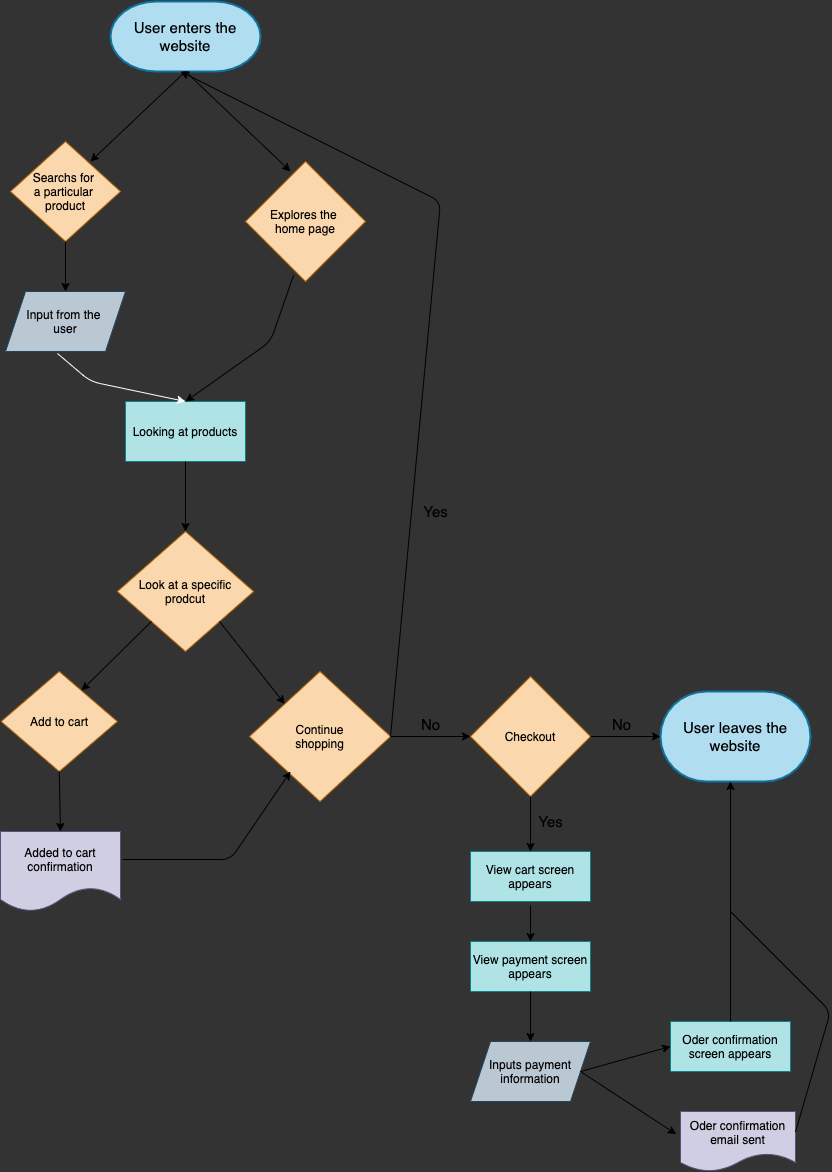
The draw.io diagram explore/diagramming/diagram.drawio.png in patibrewala/fa21-cse110-lab4, before a commit. Source tidied: cells renumbered, new cells last; positions are measured from the earlier drawing's top-left corner, leaving out a move shared by most shapes.
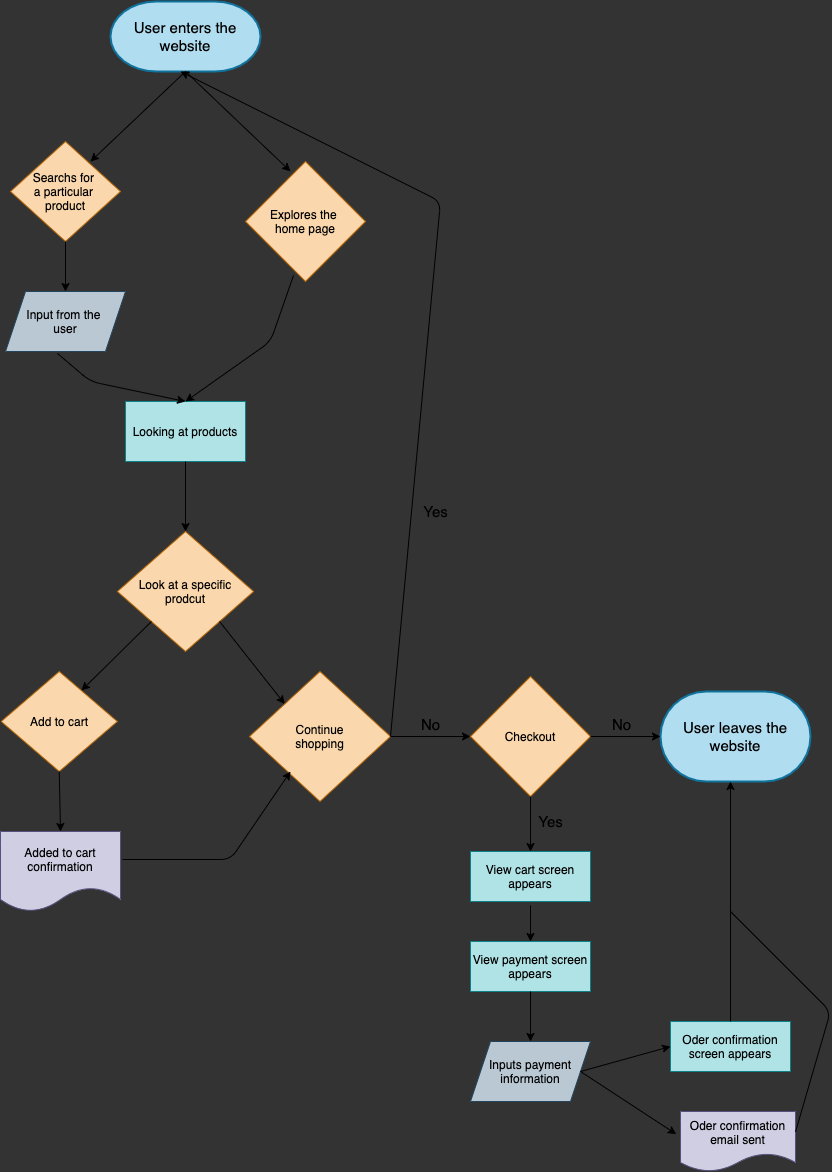
Later version of the same file.

What changed in the source:
```diff
@@ -151,7 +151,7 @@
     <mxCell id="40" value="Yes" style="text;html=1;align=center;verticalAlign=middle;strokeColor=none;fontSize=15;" parent="1" vertex="1">
       <mxGeometry x="530" y="810" width="40" height="20" as="geometry" />
     </mxCell>
-    <mxCell id="41" style="endArrow=classic;html=1;fontColor=#000000;entryX=0.5;entryY=0;entryDx=0;entryDy=0;exitX=0.433;exitY=1.033;exitDx=0;exitDy=0;exitPerimeter=0;strokeColor=#FFFFFF;labelBackgroundColor=#ffffff;" parent="1" edge="1" source="7" target="9">
+    <mxCell id="41" style="endArrow=classic;html=1;fontColor=#000000;entryX=0.5;entryY=0;entryDx=0;entryDy=0;exitX=0.433;exitY=1.033;exitDx=0;exitDy=0;exitPerimeter=0;labelBackgroundColor=#ffffff;strokeColor=#000000;" parent="1" edge="1" source="7" target="9">
       <mxGeometry relative="1" as="geometry">
         <Array as="points">
           <mxPoint x="90" y="380" />
```
